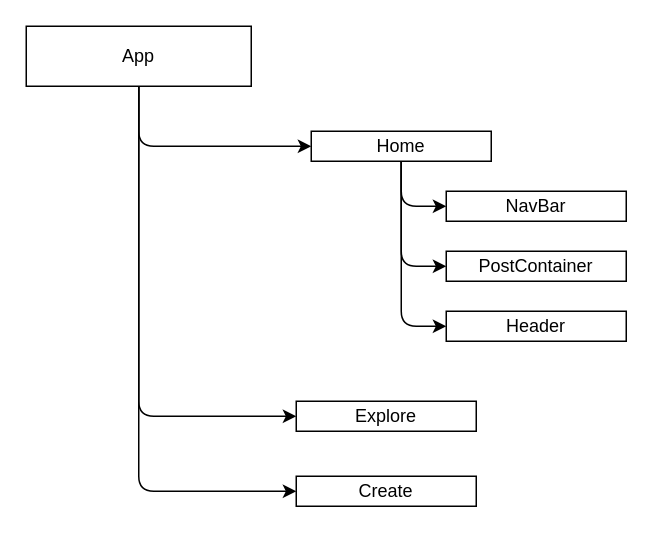
Earlier version of the draw.io diagram test.drawio (SteJoSi/phase-2-project-MooGram). Source tidied: cells renumbered, new cells numbered last; positions are measured from the earlier drawing's top-left corner, leaving out a move shared by most shapes. Both pictures are drawn from the tidied source at 150%, with x=0, y=0 at pixel (26, 26).
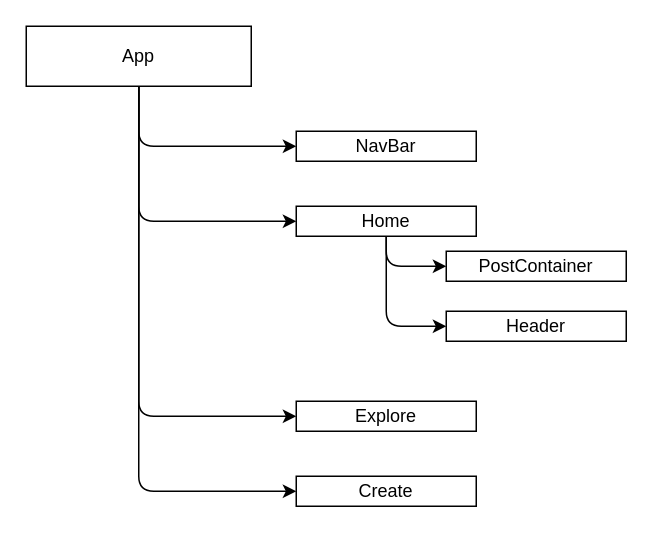
Above is the later version.

Commit message (it also covers changes not shown here):
finishing touches

Diff of the diagram source:
```diff
@@
 <mxGraphModel>
   <root>
     <mxCell id="0" />
     <mxCell id="1" parent="0" />
     <mxCell id="2" style="edgeStyle=orthogonalEdgeStyle;html=1;exitX=0.5;exitY=1;exitDx=0;exitDy=0;entryX=0;entryY=0.5;entryDx=0;entryDy=0;" parent="1" edge="1" source="5" target="9">
       <mxGeometry relative="1" as="geometry" />
     </mxCell>
     <mxCell id="3" style="edgeStyle=orthogonalEdgeStyle;html=1;exitX=0.5;exitY=1;exitDx=0;exitDy=0;entryX=0;entryY=0.5;entryDx=0;entryDy=0;" parent="1" edge="1" source="5" target="10">
       <mxGeometry relative="1" as="geometry" />
     </mxCell>
     <mxCell id="4" style="edgeStyle=orthogonalEdgeStyle;html=1;exitX=0.5;exitY=1;exitDx=0;exitDy=0;entryX=0;entryY=0.5;entryDx=0;entryDy=0;" parent="1" edge="1" source="5" target="11">
       <mxGeometry relative="1" as="geometry" />
     </mxCell>
+    <mxCell id="15" style="edgeStyle=orthogonalEdgeStyle;html=1;exitX=0.5;exitY=1;exitDx=0;exitDy=0;entryX=0;entryY=0.5;entryDx=0;entryDy=0;" parent="1" edge="1" source="5" target="12">
+      <mxGeometry relative="1" as="geometry">
+        <Array as="points">
+          <mxPoint x="75" y="80" />
+        </Array>
+      </mxGeometry>
+    </mxCell>
     <mxCell id="5" value="App" style="whiteSpace=wrap;html=1;" parent="1" vertex="1">
       <mxGeometry width="150" height="40" as="geometry" />
     </mxCell>
-    <mxCell id="6" style="edgeStyle=orthogonalEdgeStyle;html=1;exitX=0.5;exitY=1;exitDx=0;exitDy=0;entryX=0;entryY=0.5;entryDx=0;entryDy=0;" parent="1" edge="1" source="9" target="12">
-      <mxGeometry relative="1" as="geometry" />
-    </mxCell>
     <mxCell id="7" style="edgeStyle=orthogonalEdgeStyle;html=1;exitX=0.5;exitY=1;exitDx=0;exitDy=0;entryX=0;entryY=0.5;entryDx=0;entryDy=0;" parent="1" edge="1" source="9" target="13">
       <mxGeometry relative="1" as="geometry" />
     </mxCell>
     <mxCell id="8" style="edgeStyle=orthogonalEdgeStyle;html=1;exitX=0.5;exitY=1;exitDx=0;exitDy=0;entryX=0;entryY=0.5;entryDx=0;entryDy=0;" parent="1" edge="1" source="9" target="14">
       <mxGeometry relative="1" as="geometry" />
     </mxCell>
     <mxCell id="9" value="Home" style="whiteSpace=wrap;html=1;" parent="1" vertex="1">
-      <mxGeometry x="190" y="70" width="120" height="20" as="geometry" />
+      <mxGeometry x="180" y="120" width="120" height="20" as="geometry" />
     </mxCell>
     <mxCell id="10" value="Explore" style="whiteSpace=wrap;html=1;" parent="1" vertex="1">
       <mxGeometry x="180" y="250" width="120" height="20" as="geometry" />
     </mxCell>
     <mxCell id="11" value="Create" style="whiteSpace=wrap;html=1;" parent="1" vertex="1">
       <mxGeometry x="180" y="300" width="120" height="20" as="geometry" />
     </mxCell>
     <mxCell id="12" value="NavBar" style="whiteSpace=wrap;html=1;" parent="1" vertex="1">
-      <mxGeometry x="280" y="110" width="120" height="20" as="geometry" />
+      <mxGeometry x="180" y="70" width="120" height="20" as="geometry" />
     </mxCell>
     <mxCell id="13" value="PostContainer" style="whiteSpace=wrap;html=1;" parent="1" vertex="1">
       <mxGeometry x="280" y="150" width="120" height="20" as="geometry" />
     </mxCell>
     <mxCell id="14" value="Header" style="whiteSpace=wrap;html=1;" parent="1" vertex="1">
       <mxGeometry x="280" y="190" width="120" height="20" as="geometry" />
     </mxCell>
   </root>
 </mxGraphModel>
```
